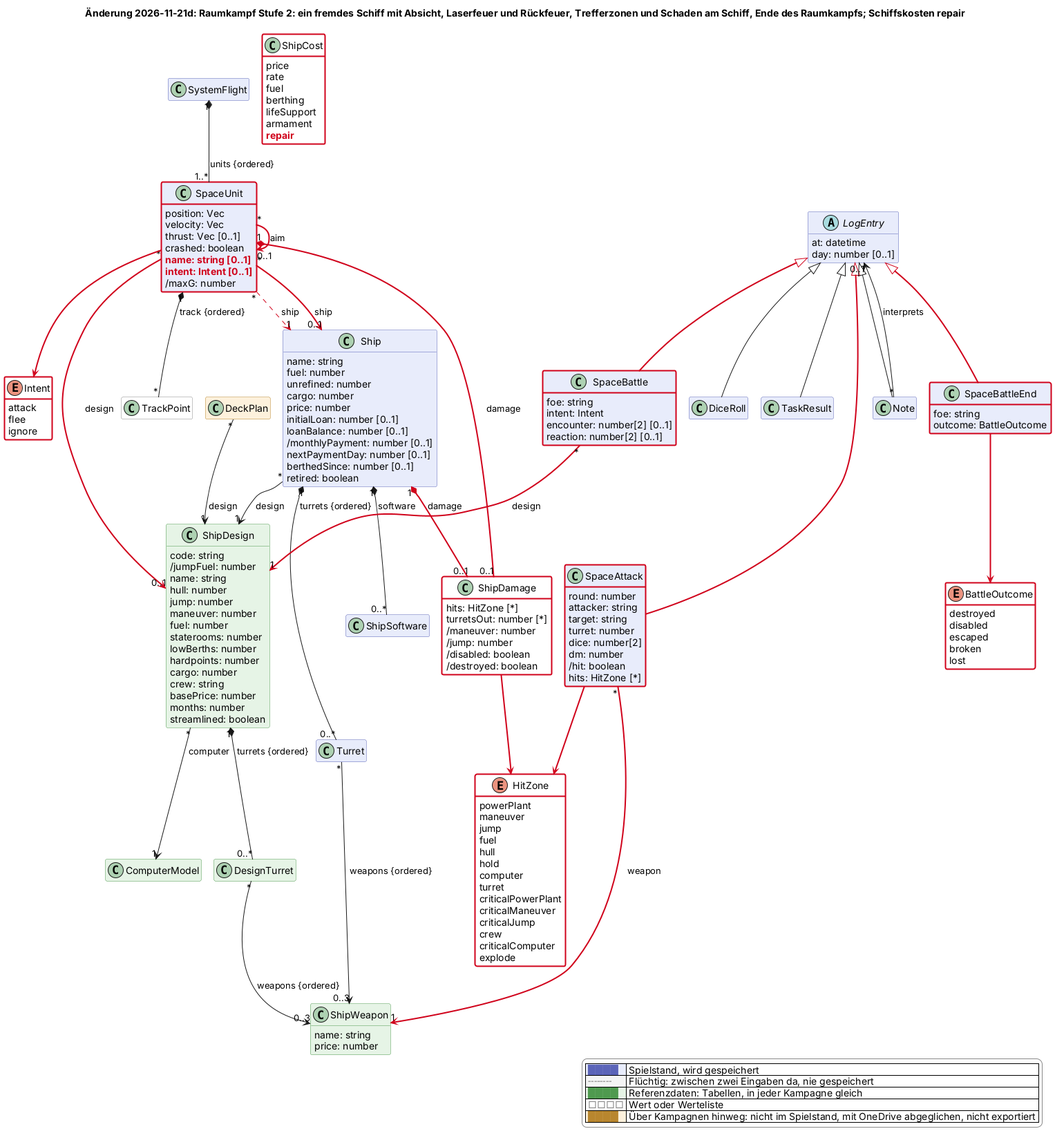
Above: docs/changes/2026-11-21d-raumkampf-gegner-laser.png in scuzzar/SRE (PlantUML), before the change. Its diagram source:
```plantuml
@startuml
!$change = "2026-11-21d"
!if %not(%variable_exists("$change"))
!$change = "*"
!endif
!function $marked($c)
!return $change == "*" || $change == $c
!endfunction
!function $new($c, $t)
!if $marked($c)
!return "<color:#d0021b><b>" + $t + "</b></color>"
!endif
!return $t
!endfunction
!procedure $gone($c, $t)
!if $marked($c)
<color:#d0021b><s>$t</s></color>
!endif
!endprocedure
!function $newClass($c)
!if $marked($c)
!return "#line:d0021b;line.bold"
!endif
!return ""
!endfunction
!function $newArrow($c)
!if $marked($c)
!return "[#d0021b,bold]"
!endif
!return ""
!endfunction
!function $goneArrow($c)
!if $marked($c)
!return "[#d0021b,dashed]"
!endif
!return ""
!endfunction
!pragma layout smetana
title Änderung 2026-11-21d: Raumkampf Stufe 2: ein fremdes Schiff mit Absicht, Laserfeuer und Rückfeuer, Trefferzonen und Schaden am Schiff, Ende des Raumkampfs; Schiffskosten repair
hide empty members
hide methods
skinparam classAttributeIconSize 0
skinparam shadowing false
skinparam packageStyle rectangle
skinparam class {
  BackgroundColor #e8ecfb
  BorderColor #5b64b8
  BackgroundColor<<transient>> #f4f4f4
  BorderColor<<transient>> #8a8a8a
  BackgroundColor<<reference>> #e6f4e6
  BorderColor<<reference>> #4f9a4f
  BackgroundColor<<value>> #ffffff
  BorderColor<<value>> #8a8a8a
  BackgroundColor<<browser>> #fdf1dc
  BorderColor<<browser>> #b8862e
}
skinparam legendBackgroundColor #ffffff
skinparam legendBorderColor #8a8a8a
<style>
classDiagram {
  class {
    .transient {
      LineStyle 5-3
    }
  }
}
</style>
hide <<transient>> stereotype
hide <<reference>> stereotype
hide <<value>> stereotype
hide <<browser>> stereotype


  class Ship $schiffe {
    name: string
    fuel: number
    unrefined: number
    cargo: number
    price: number
    initialLoan: number [0..1]
    loanBalance: number [0..1]
    /monthlyPayment: number [0..1]
    nextPaymentDay: number [0..1]
    berthedSince: number [0..1]
    retired: boolean
  }
  enum ShipCost <<value>> $schiffe {
    price
    rate
    fuel
    berthing
    lifeSupport
    armament
    $new("2026-11-21d", "repair")
  }
  class ShipSoftware $schiffe
  class Turret $schiffe
  class DesignTurret <<reference>> $schiffe
  class ShipWeapon <<reference>> $schiffe {
    name: string
    price: number
  }
  class ShipDesign <<reference>> $schiffe {
    code: string
    /jumpFuel: number
    name: string
    hull: number
    jump: number
    maneuver: number
    fuel: number
    staterooms: number
    lowBerths: number
    hardpoints: number
    cargo: number
    crew: string
    basePrice: number
    months: number
    streamlined: boolean
  }
  class ComputerModel <<reference>> $schiffe
  class DeckPlan <<browser>> $schiffe

  class SystemFlight $raum
  class ShipDamage <<value>> $raum $newClass("2026-11-21d") {
    hits: HitZone [*]
    turretsOut: number [*]
    /maneuver: number
    /jump: number
    /disabled: boolean
    /destroyed: boolean
  }
  enum HitZone <<value>> $raum $newClass("2026-11-21d") {
    powerPlant
    maneuver
    jump
    fuel
    hull
    hold
    computer
    turret
    criticalPowerPlant
    criticalManeuver
    criticalJump
    crew
    criticalComputer
    explode
  }
  enum Intent <<value>> $raum $newClass("2026-11-21d") {
    attack
    flee
    ignore
  }
  class SpaceBattle $raum $newClass("2026-11-21d") {
    foe: string
    intent: Intent
    encounter: number[2] [0..1]
    reaction: number[2] [0..1]
  }
  class SpaceAttack $raum $newClass("2026-11-21d") {
    round: number
    attacker: string
    target: string
    turret: number
    dice: number[2]
    dm: number
    /hit: boolean
    hits: HitZone [*]
  }
  class SpaceBattleEnd $raum $newClass("2026-11-21d") {
    foe: string
    outcome: BattleOutcome
  }
  enum BattleOutcome <<value>> $raum $newClass("2026-11-21d") {
    destroyed
    disabled
    escaped
    broken
    lost
  }
  class SpaceUnit $raum {
    position: Vec
    velocity: Vec
    thrust: Vec [0..1]
    crashed: boolean
    $new("2026-11-21d", "name: string [0..1]")
    $new("2026-11-21d", "intent: Intent [0..1]")
    /maxG: number
  }
  class TrackPoint <<value>> $raum




  abstract class LogEntry $probe {
    at: datetime
    day: number [0..1]
  }
  class DiceRoll $probe
  class Note $probe


  class TaskResult $probe



Ship "*" --> "1" ShipDesign : design
Ship "1" *-- "0..*" ShipSoftware : software
Ship "1" *-- "0..*" Turret : turrets {ordered}
Turret "*" --> "0..3" ShipWeapon : weapons {ordered}
ShipDesign "1" *-- "0..*" DesignTurret : turrets {ordered}
DesignTurret "*" --> "0..3" ShipWeapon : weapons {ordered}
ShipDesign "*" --> "1" ComputerModel : computer

SystemFlight "1" *-- "1..*" SpaceUnit : units {ordered}
SpaceUnit "*" -$goneArrow("2026-11-21d")-> "1" Ship : ship
SpaceUnit "*" -$newArrow("2026-11-21d")-> "0..1" Ship : ship
SpaceUnit "*" -$newArrow("2026-11-21d")-> "0..1" ShipDesign : design
SpaceUnit "1" *-$newArrow("2026-11-21d")- "0..1" ShipDamage : damage
SpaceUnit "*" -$newArrow("2026-11-21d")-> "0..1" SpaceUnit : aim
Ship "1" *-$newArrow("2026-11-21d")- "0..1" ShipDamage : damage
ShipDamage -$newArrow("2026-11-21d")-> HitZone
SpaceUnit -$newArrow("2026-11-21d")-> Intent
LogEntry <|-$newArrow("2026-11-21d")- SpaceBattle
LogEntry <|-$newArrow("2026-11-21d")- SpaceAttack
LogEntry <|-$newArrow("2026-11-21d")- SpaceBattleEnd
SpaceBattle "*" -$newArrow("2026-11-21d")-> "1" ShipDesign : design
SpaceAttack "*" -$newArrow("2026-11-21d")-> "1" ShipWeapon : weapon
SpaceAttack -$newArrow("2026-11-21d")-> HitZone
SpaceBattleEnd -$newArrow("2026-11-21d")-> BattleOutcome
SpaceUnit "1" *-- "*" TrackPoint : track {ordered}
DeckPlan "*" --> "1" ShipDesign : design







LogEntry <|-- DiceRoll
LogEntry <|-- TaskResult
LogEntry <|-- Note
Note "*" --> "0..1" LogEntry : interprets






legend right
  |<#e8ecfb> <color:#5b64b8>████</color> | Spielstand, wird gespeichert |
  |<#f4f4f4> <color:#8a8a8a>╌╌╌╌</color> | Flüchtig: zwischen zwei Eingaben da, nie gespeichert |
  |<#e6f4e6> <color:#4f9a4f>████</color> | Referenzdaten: Tabellen, in jeder Kampagne gleich |
  |<#ffffff> <color:#8a8a8a>□□□□</color> | Wert oder Werteliste |
  |<#fdf1dc> <color:#b8862e>████</color> | Über Kampagnen hinweg: nicht im Spielstand, mit OneDrive abgeglichen, nicht exportiert |
endlegend
class ShipCost #line:d0021b;line.bold
class SpaceUnit #line:d0021b;line.bold
@enduml
```
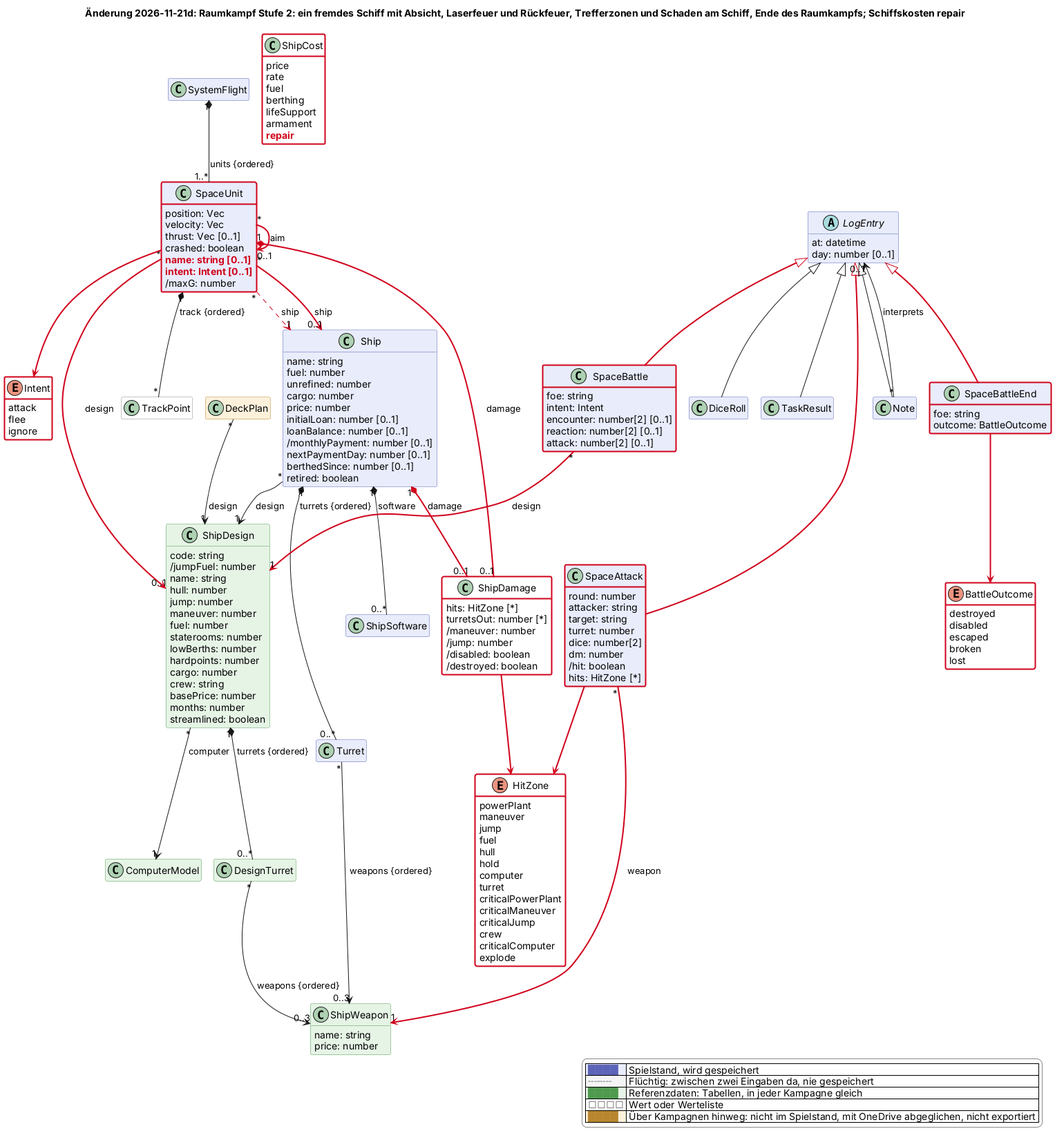
After the commit.

What changed in the source:
```diff
@@ -155,6 +155,7 @@
     intent: Intent
     encounter: number[2] [0..1]
     reaction: number[2] [0..1]
+    attack: number[2] [0..1]
   }
   class SpaceAttack $raum $newClass("2026-11-21d") {
     round: number
```
